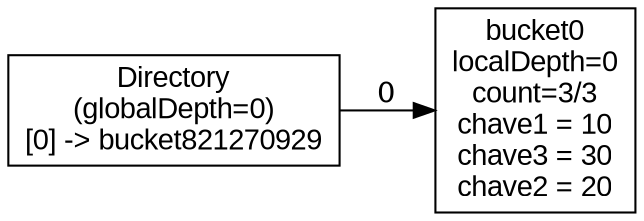
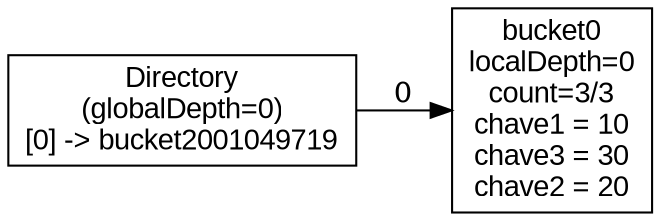
digraph "test1_basic" {
  rankdir=LR;
  node [shape=box, fontname=Arial];
-   dir [label="Directory\n(globalDepth=0)\n[0] -> bucket821270929\n"];
+   dir [label="Directory\n(globalDepth=0)\n[0] -> bucket2001049719\n"];
  bucket0 [label="bucket0\nlocalDepth=0\ncount=3/3\nchave1 = 10\nchave3 = 30\nchave2 = 20\n"];
  dir -> bucket0 [label="0"];
}
